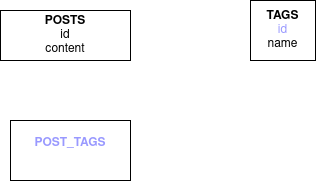
This is Untitled Diagram.drawio.png from atlc/drawio, a draw.io export, as it was before one commit. Source tidied: cells renumbered, new cells last; positions are measured from the earlier drawing's top-left corner, leaving out a move shared by most shapes. Its diagram source:
```xml
<mxGraphModel>
  <root>
    <mxCell id="0" />
    <mxCell id="1" parent="0" />
    <mxCell id="2" value="&lt;div&gt;&lt;b&gt;POSTS&lt;/b&gt;&lt;/div&gt;&lt;div&gt;id&lt;/div&gt;&lt;div&gt;content&lt;/div&gt;" style="rounded=0;whiteSpace=wrap;html=1;" parent="1" vertex="1">
      <mxGeometry y="10" width="130" height="50" as="geometry" />
    </mxCell>
    <mxCell id="3" value="&lt;div&gt;&lt;b&gt;TAGS&lt;/b&gt;&lt;/div&gt;&lt;div&gt;&lt;font color=&quot;#9999FF&quot;&gt;id&lt;/font&gt;&lt;/div&gt;&lt;div&gt;name&lt;/div&gt;" style="rounded=0;whiteSpace=wrap;html=1;" parent="1" vertex="1">
      <mxGeometry x="250" width="65" height="60" as="geometry" />
    </mxCell>
    <mxCell id="4" value="&lt;div&gt;&lt;b&gt;POST_TAGS&lt;/b&gt;&lt;/div&gt;&lt;div&gt;&lt;br&gt;&lt;/div&gt;" style="rounded=0;whiteSpace=wrap;html=1;fontColor=#9999FF;" parent="1" vertex="1">
      <mxGeometry x="10" y="120" width="120" height="60" as="geometry" />
    </mxCell>
  </root>
</mxGraphModel>
```
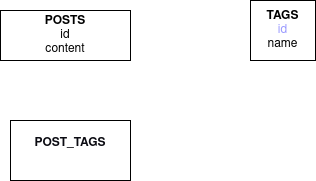
Later version of the same file.

Diff of the diagram source:
```diff
@@ -8,7 +8,7 @@
     <mxCell id="3" value="&lt;div&gt;&lt;b&gt;TAGS&lt;/b&gt;&lt;/div&gt;&lt;div&gt;&lt;font color=&quot;#9999FF&quot;&gt;id&lt;/font&gt;&lt;/div&gt;&lt;div&gt;name&lt;/div&gt;" style="rounded=0;whiteSpace=wrap;html=1;" parent="1" vertex="1">
       <mxGeometry x="250" width="65" height="60" as="geometry" />
     </mxCell>
-    <mxCell id="4" value="&lt;div&gt;&lt;b&gt;POST_TAGS&lt;/b&gt;&lt;/div&gt;&lt;div&gt;&lt;br&gt;&lt;/div&gt;" style="rounded=0;whiteSpace=wrap;html=1;fontColor=#9999FF;" parent="1" vertex="1">
+    <mxCell id="4" value="&lt;div&gt;&lt;font color=&quot;#0B0B12&quot;&gt;&lt;b&gt;POST_TAGS&lt;/b&gt;&lt;/font&gt;&lt;/div&gt;&lt;div&gt;&lt;font color=&quot;#0B0B12&quot;&gt;&lt;br&gt;&lt;/font&gt;&lt;/div&gt;" style="rounded=0;whiteSpace=wrap;html=1;fontColor=#9999FF;" parent="1" vertex="1">
       <mxGeometry x="10" y="120" width="120" height="60" as="geometry" />
     </mxCell>
   </root>
```
